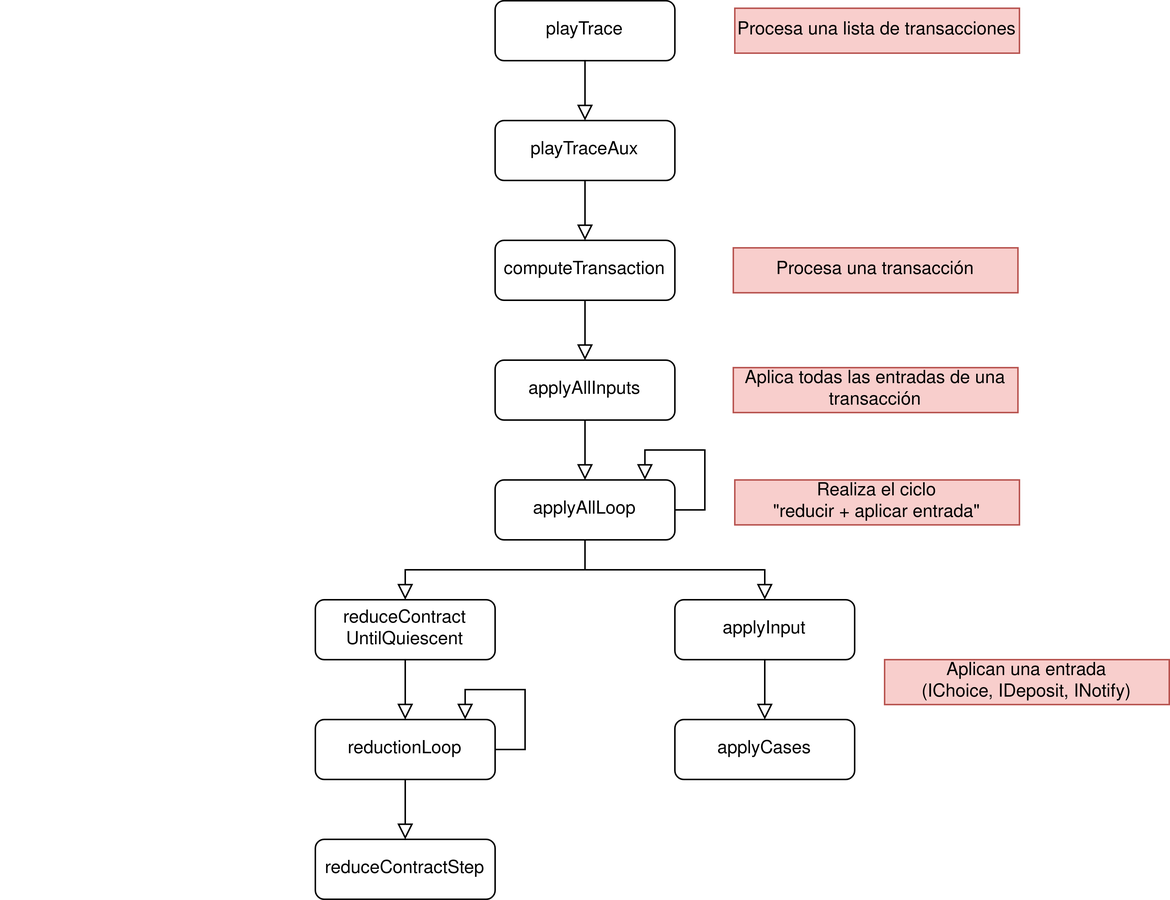
julianferres/Tesis keeps this draw.io diagram as presentacion/images/Dependencias_Isabelle_Marlowe_5.png. Above is the earlier version. Source tidied: cells renumbered, new cells last; positions are measured from the earlier drawing's top-left corner, leaving out a move shared by most shapes. Source of this version:
```xml
<mxGraphModel>
  <root>
    <mxCell id="0" />
    <mxCell id="1" parent="0" />
    <mxCell id="2" style="rounded=0;html=1;jettySize=auto;fontSize=11;endArrow=block;endFill=0;endSize=8;strokeWidth=1;shadow=0;labelBackgroundColor=none;edgeStyle=orthogonalEdgeStyle;entryX=0.5;entryY=0;entryDx=0;entryDy=0;" parent="1" edge="1" source="3" target="5">
      <mxGeometry relative="1" as="geometry" />
    </mxCell>
    <mxCell id="3" value="playTraceAux" style="rounded=1;whiteSpace=wrap;html=1;fontSize=12;glass=0;strokeWidth=1;shadow=0;" parent="1" vertex="1">
      <mxGeometry x="330" y="80" width="120" height="40" as="geometry" />
    </mxCell>
    <mxCell id="4" style="rounded=0;html=1;jettySize=auto;fontSize=11;endArrow=block;endFill=0;endSize=8;strokeWidth=1;shadow=0;labelBackgroundColor=none;edgeStyle=orthogonalEdgeStyle;" parent="1" edge="1" source="5" target="8">
      <mxGeometry relative="1" as="geometry" />
    </mxCell>
    <mxCell id="5" value="computeTransaction" style="rounded=1;whiteSpace=wrap;html=1;fontSize=12;glass=0;strokeWidth=1;shadow=0;" parent="1" vertex="1">
      <mxGeometry x="330" y="160" width="120" height="40" as="geometry" />
    </mxCell>
    <mxCell id="6" value="applyAllLoop" style="rounded=1;whiteSpace=wrap;html=1;fontSize=12;glass=0;strokeWidth=1;shadow=0;" parent="1" vertex="1">
      <mxGeometry x="330" y="320" width="120" height="40" as="geometry" />
    </mxCell>
    <mxCell id="7" style="rounded=0;html=1;jettySize=auto;fontSize=11;endArrow=block;endFill=0;endSize=8;strokeWidth=1;shadow=0;labelBackgroundColor=none;edgeStyle=orthogonalEdgeStyle;entryX=0.5;entryY=0;entryDx=0;entryDy=0;" parent="1" edge="1" source="8" target="6">
      <mxGeometry relative="1" as="geometry" />
    </mxCell>
    <mxCell id="8" value="applyAllInputs" style="rounded=1;whiteSpace=wrap;html=1;fontSize=12;glass=0;strokeWidth=1;shadow=0;" parent="1" vertex="1">
      <mxGeometry x="330" y="240" width="120" height="40" as="geometry" />
    </mxCell>
    <mxCell id="9" style="rounded=0;html=1;jettySize=auto;fontSize=11;endArrow=block;endFill=0;endSize=8;strokeWidth=1;shadow=0;labelBackgroundColor=none;edgeStyle=orthogonalEdgeStyle;exitX=0.5;exitY=1;exitDx=0;exitDy=0;entryX=0.5;entryY=0;entryDx=0;entryDy=0;" parent="1" edge="1" source="6" target="10">
      <mxGeometry relative="1" as="geometry">
        <Array as="points">
          <mxPoint x="390" y="380" />
          <mxPoint x="270" y="380" />
        </Array>
      </mxGeometry>
    </mxCell>
    <mxCell id="10" value="reduceContract&lt;br&gt;UntilQuiescent" style="rounded=1;whiteSpace=wrap;html=1;fontSize=12;glass=0;strokeWidth=1;shadow=0;" parent="1" vertex="1">
      <mxGeometry x="210" y="400" width="120" height="40" as="geometry" />
    </mxCell>
    <mxCell id="11" style="rounded=0;html=1;jettySize=auto;fontSize=11;endArrow=block;endFill=0;endSize=8;strokeWidth=1;shadow=0;labelBackgroundColor=none;edgeStyle=orthogonalEdgeStyle;exitX=0.5;exitY=1;exitDx=0;exitDy=0;entryX=0.5;entryY=0;entryDx=0;entryDy=0;" parent="1" edge="1" source="10" target="16">
      <mxGeometry relative="1" as="geometry" />
    </mxCell>
    <mxCell id="12" value="applyInput" style="rounded=1;whiteSpace=wrap;html=1;fontSize=12;glass=0;strokeWidth=1;shadow=0;" parent="1" vertex="1">
      <mxGeometry x="450" y="400" width="120" height="40" as="geometry" />
    </mxCell>
    <mxCell id="13" style="rounded=0;html=1;jettySize=auto;fontSize=11;endArrow=block;endFill=0;endSize=8;strokeWidth=1;shadow=0;labelBackgroundColor=none;edgeStyle=orthogonalEdgeStyle;exitX=0.5;exitY=1;exitDx=0;exitDy=0;" parent="1" edge="1" source="12">
      <mxGeometry relative="1" as="geometry">
        <mxPoint x="510" y="480" as="targetPoint" />
      </mxGeometry>
    </mxCell>
    <mxCell id="14" value="applyCases" style="rounded=1;whiteSpace=wrap;html=1;fontSize=12;glass=0;strokeWidth=1;shadow=0;" parent="1" vertex="1">
      <mxGeometry x="450" y="480" width="120" height="40" as="geometry" />
    </mxCell>
    <mxCell id="15" value="reduceContractStep" style="rounded=1;whiteSpace=wrap;html=1;fontSize=12;glass=0;strokeWidth=1;shadow=0;" parent="1" vertex="1">
      <mxGeometry x="210" y="560" width="120" height="40" as="geometry" />
    </mxCell>
    <mxCell id="16" value="reductionLoop" style="rounded=1;whiteSpace=wrap;html=1;fontSize=12;glass=0;strokeWidth=1;shadow=0;" parent="1" vertex="1">
      <mxGeometry x="210" y="480" width="120" height="40" as="geometry" />
    </mxCell>
    <mxCell id="17" style="rounded=0;html=1;jettySize=auto;fontSize=11;endArrow=block;endFill=0;endSize=8;strokeWidth=1;shadow=0;labelBackgroundColor=none;edgeStyle=orthogonalEdgeStyle;exitX=0.5;exitY=1;exitDx=0;exitDy=0;entryX=0.5;entryY=0;entryDx=0;entryDy=0;" parent="1" edge="1" source="16" target="15">
      <mxGeometry relative="1" as="geometry" />
    </mxCell>
    <mxCell id="18" style="rounded=0;html=1;jettySize=auto;fontSize=11;endArrow=block;endFill=0;endSize=8;strokeWidth=1;shadow=0;labelBackgroundColor=none;edgeStyle=orthogonalEdgeStyle;entryX=0.5;entryY=0;entryDx=0;entryDy=0;" parent="1" edge="1" target="12">
      <mxGeometry relative="1" as="geometry">
        <mxPoint x="390" y="360" as="sourcePoint" />
        <Array as="points">
          <mxPoint x="390" y="380" />
          <mxPoint x="510" y="380" />
        </Array>
      </mxGeometry>
    </mxCell>
    <mxCell id="19" style="rounded=0;html=1;jettySize=auto;fontSize=11;endArrow=block;endFill=0;endSize=8;strokeWidth=1;shadow=0;labelBackgroundColor=none;edgeStyle=orthogonalEdgeStyle;exitX=1;exitY=0.5;exitDx=0;exitDy=0;" parent="1" edge="1" source="16">
      <mxGeometry relative="1" as="geometry">
        <mxPoint x="310" y="480" as="targetPoint" />
        <Array as="points">
          <mxPoint x="350" y="500" />
          <mxPoint x="350" y="460" />
          <mxPoint x="310" y="460" />
        </Array>
      </mxGeometry>
    </mxCell>
    <mxCell id="20" value="playTrace" style="rounded=1;whiteSpace=wrap;html=1;fontSize=12;glass=0;strokeWidth=1;shadow=0;" parent="1" vertex="1">
      <mxGeometry x="330" width="120" height="40" as="geometry" />
    </mxCell>
    <mxCell id="21" style="rounded=0;html=1;jettySize=auto;fontSize=11;endArrow=block;endFill=0;endSize=8;strokeWidth=1;shadow=0;labelBackgroundColor=none;edgeStyle=orthogonalEdgeStyle;exitX=0.5;exitY=1;exitDx=0;exitDy=0;" parent="1" edge="1" source="20">
      <mxGeometry relative="1" as="geometry">
        <mxPoint x="390" y="80" as="targetPoint" />
      </mxGeometry>
    </mxCell>
    <mxCell id="22" style="rounded=0;html=1;jettySize=auto;orthogonalLoop=1;fontSize=11;endArrow=block;endFill=0;endSize=8;strokeWidth=1;shadow=0;labelBackgroundColor=none;edgeStyle=orthogonalEdgeStyle;exitX=1;exitY=0.5;exitDx=0;exitDy=0;" parent="1" edge="1">
      <mxGeometry relative="1" as="geometry">
        <mxPoint x="450" y="340" as="sourcePoint" />
        <mxPoint x="430" y="320" as="targetPoint" />
        <Array as="points">
          <mxPoint x="470" y="340" />
          <mxPoint x="470" y="300" />
          <mxPoint x="430" y="300" />
        </Array>
      </mxGeometry>
    </mxCell>
    <mxCell id="23" value="Procesa una lista de transacciones" style="text;html=1;strokeColor=#b85450;fillColor=#f8cecc;align=center;verticalAlign=middle;whiteSpace=wrap;rounded=0;" parent="1" vertex="1">
      <mxGeometry x="490" y="5" width="190" height="30" as="geometry" />
    </mxCell>
    <mxCell id="24" value="Procesa una transacción" style="text;html=1;strokeColor=#b85450;fillColor=#f8cecc;align=center;verticalAlign=middle;whiteSpace=wrap;rounded=0;" parent="1" vertex="1">
      <mxGeometry x="489" y="165" width="190" height="30" as="geometry" />
    </mxCell>
    <mxCell id="25" value="Aplica todas las entradas de una transacción" style="text;html=1;strokeColor=#b85450;fillColor=#f8cecc;align=center;verticalAlign=middle;whiteSpace=wrap;rounded=0;" parent="1" vertex="1">
      <mxGeometry x="489" y="245" width="190" height="30" as="geometry" />
    </mxCell>
    <mxCell id="26" value="&lt;div&gt;Realiza el ciclo &lt;br&gt;&lt;/div&gt;&lt;div&gt;&quot;reducir + aplicar entrada&quot;&lt;/div&gt;" style="text;html=1;strokeColor=#b85450;fillColor=#f8cecc;align=center;verticalAlign=middle;whiteSpace=wrap;rounded=0;" parent="1" vertex="1">
      <mxGeometry x="490" y="320" width="190" height="30" as="geometry" />
    </mxCell>
    <mxCell id="27" value="&lt;div&gt;Aplican una entrada &lt;br&gt;&lt;/div&gt;&lt;div&gt;(IChoice, IDeposit, INotify)&lt;/div&gt;" style="text;html=1;strokeColor=#b85450;fillColor=#f8cecc;align=center;verticalAlign=middle;whiteSpace=wrap;rounded=0;" parent="1" vertex="1">
      <mxGeometry x="590" y="440" width="190" height="30" as="geometry" />
    </mxCell>
    <mxCell id="28" value="Reduce el contrato hasta la inactividad" style="text;html=1;align=center;verticalAlign=middle;whiteSpace=wrap;rounded=0;fontColor=none;noLabel=1;" parent="1" vertex="1">
      <mxGeometry y="440" width="190" height="30" as="geometry" />
    </mxCell>
  </root>
</mxGraphModel>
```
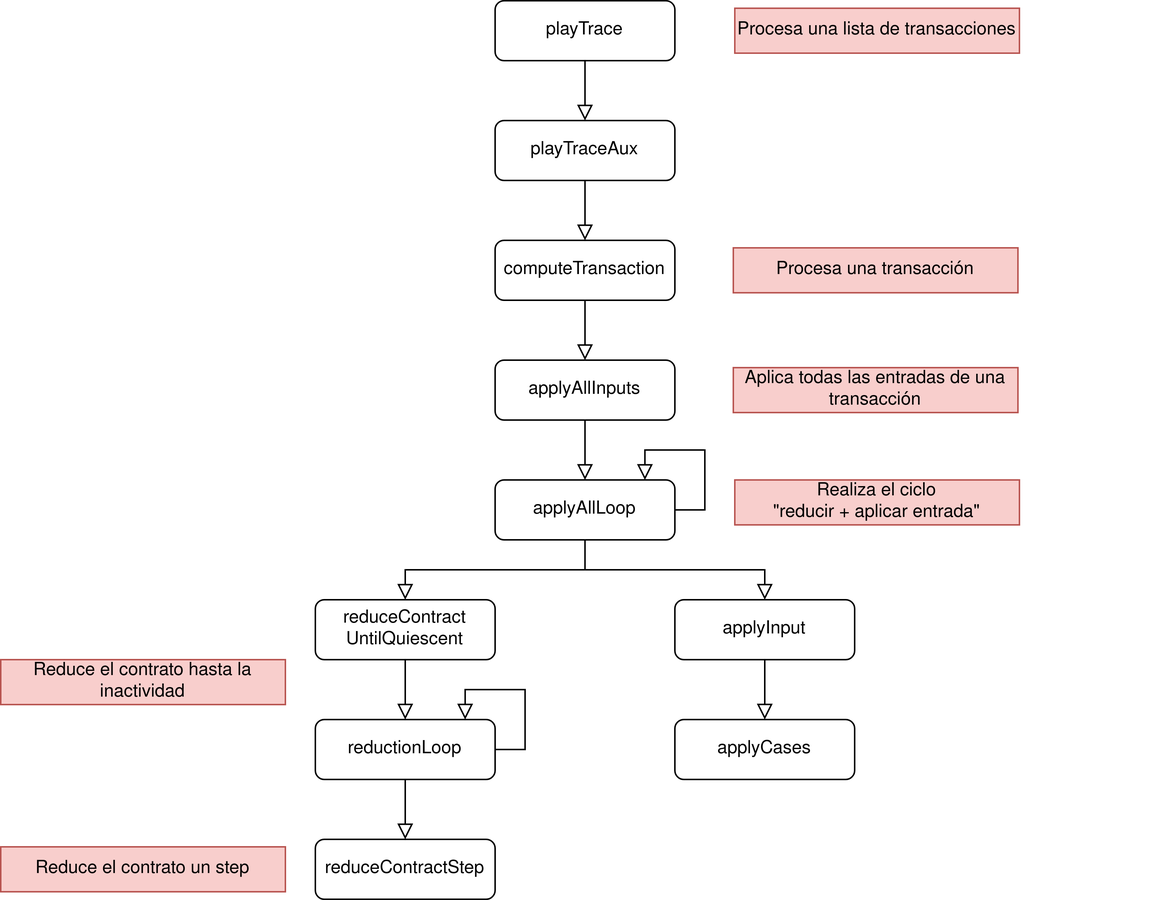
Later version of the same file.

Diff of the diagram source:
```diff
@@ -107,11 +107,14 @@
     <mxCell id="26" value="&lt;div&gt;Realiza el ciclo &lt;br&gt;&lt;/div&gt;&lt;div&gt;&quot;reducir + aplicar entrada&quot;&lt;/div&gt;" style="text;html=1;strokeColor=#b85450;fillColor=#f8cecc;align=center;verticalAlign=middle;whiteSpace=wrap;rounded=0;" parent="1" vertex="1">
       <mxGeometry x="490" y="320" width="190" height="30" as="geometry" />
     </mxCell>
-    <mxCell id="27" value="&lt;div&gt;Aplican una entrada &lt;br&gt;&lt;/div&gt;&lt;div&gt;(IChoice, IDeposit, INotify)&lt;/div&gt;" style="text;html=1;strokeColor=#b85450;fillColor=#f8cecc;align=center;verticalAlign=middle;whiteSpace=wrap;rounded=0;" parent="1" vertex="1">
+    <mxCell id="27" value="&lt;div&gt;Aplican una entrada &lt;br&gt;&lt;/div&gt;&lt;div&gt;(IChoice, IDeposit, INotify)&lt;/div&gt;" style="text;html=1;align=center;verticalAlign=middle;whiteSpace=wrap;rounded=0;fontColor=none;noLabel=1;" parent="1" vertex="1">
       <mxGeometry x="590" y="440" width="190" height="30" as="geometry" />
     </mxCell>
-    <mxCell id="28" value="Reduce el contrato hasta la inactividad" style="text;html=1;align=center;verticalAlign=middle;whiteSpace=wrap;rounded=0;fontColor=none;noLabel=1;" parent="1" vertex="1">
+    <mxCell id="28" value="Reduce el contrato hasta la inactividad" style="text;html=1;strokeColor=#b85450;fillColor=#f8cecc;align=center;verticalAlign=middle;whiteSpace=wrap;rounded=0;" parent="1" vertex="1">
       <mxGeometry y="440" width="190" height="30" as="geometry" />
     </mxCell>
+    <mxCell id="29" value="Reduce el contrato un step" style="text;html=1;strokeColor=#b85450;fillColor=#f8cecc;align=center;verticalAlign=middle;whiteSpace=wrap;rounded=0;" parent="1" vertex="1">
+      <mxGeometry y="565" width="190" height="30" as="geometry" />
+    </mxCell>
   </root>
 </mxGraphModel>
```
